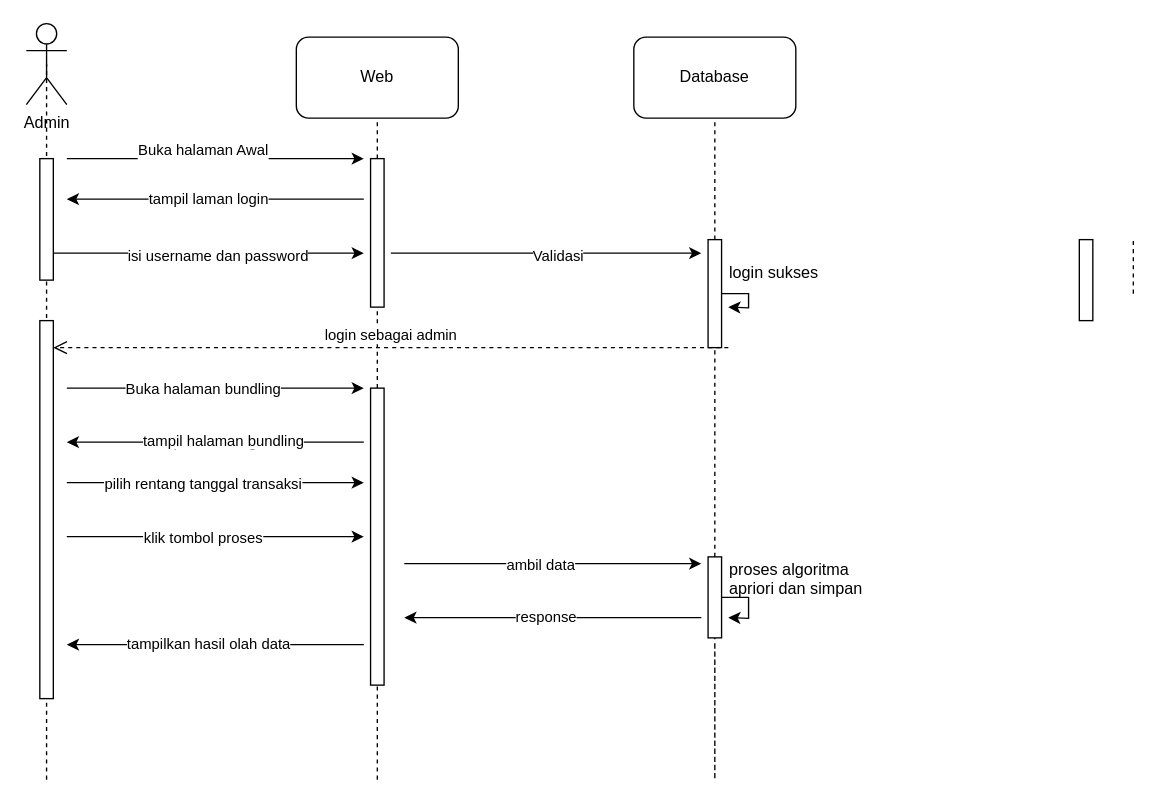
Above: Apriori sequence diag ram.drawio in ardyanfalah/skripsi (draw.io), before the change. Source tidied: cells renumbered, new cells numbered last; positions are measured from the earlier drawing's top-left corner, leaving out a move shared by most shapes. Both pictures are drawn from the tidied source at 135%, with x=0, y=0 at pixel (26, 23).
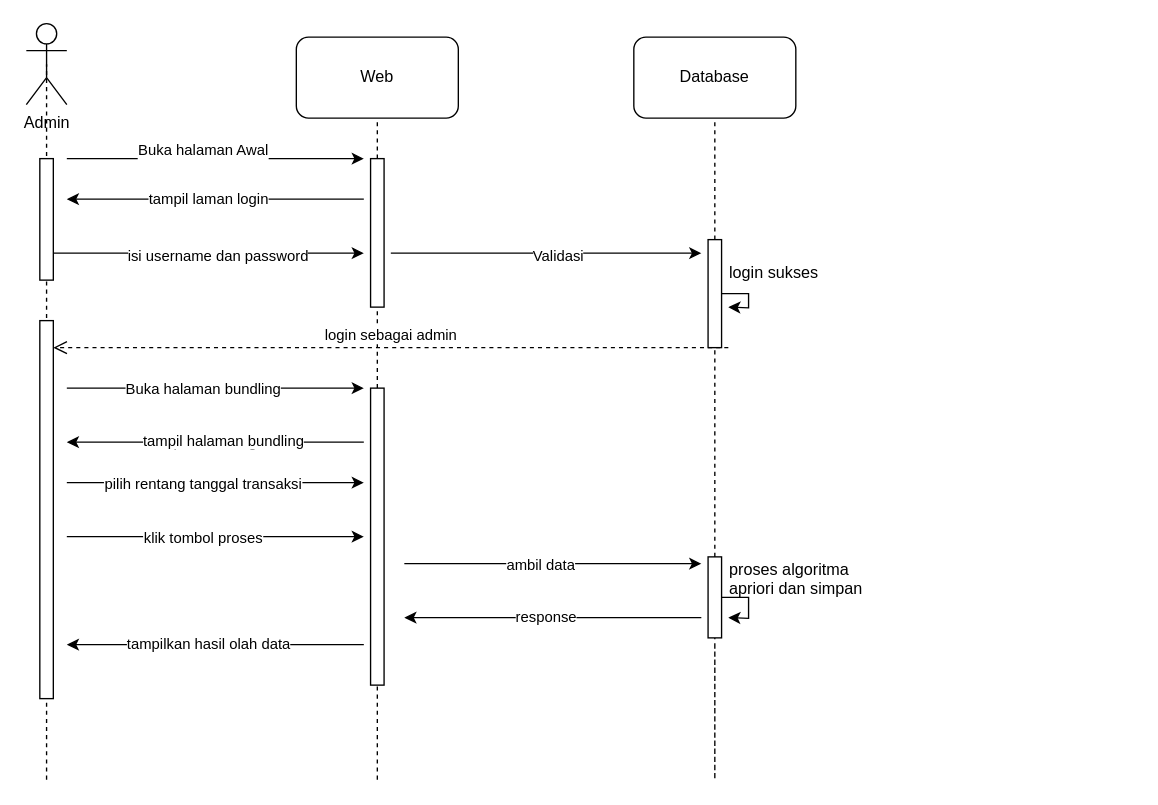
The same diagram, later.

What changed in the source:
```diff
@@
-    <mxCell id="27" style="endArrow=none;dashed=1;html=1;rounded=0;entryX=0.5;entryY=1;entryDx=0;entryDy=0;" parent="1" edge="1">
-      <mxGeometry relative="1" as="geometry">
-        <mxPoint x="820" y="200" as="sourcePoint" />
-        <mxPoint x="820" y="160" as="targetPoint" />
-      </mxGeometry>
-    </mxCell>
@@
-    <mxCell id="30" style="rounded=0;whiteSpace=wrap;html=1;" parent="1" vertex="1">
-      <mxGeometry x="780" y="160" width="10" height="60" as="geometry" />
-    </mxCell>
```
